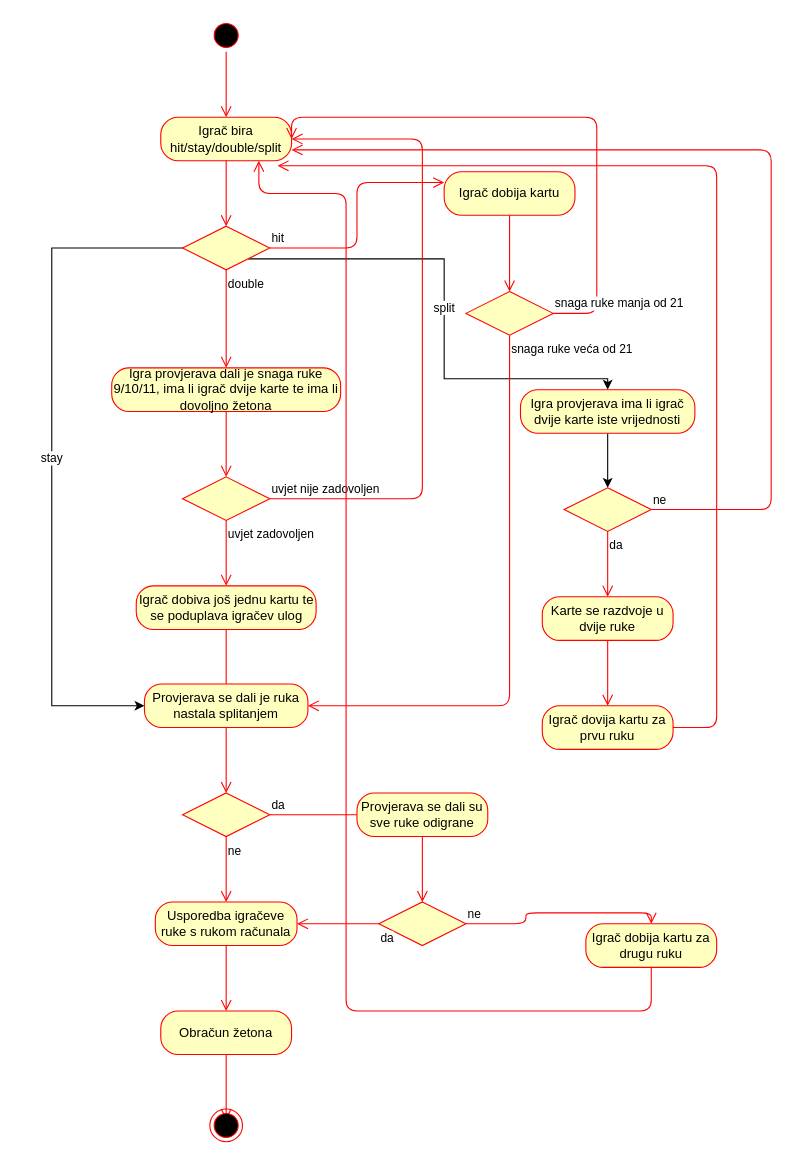
Earlier version of the draw.io diagram page "Dijagram podaktivnosti igranja ruke" (5 of 14) of Untitled Diagram.drawio (avrkic/21). Source tidied: cells renumbered, new cells numbered last; positions are measured from the earlier drawing's top-left corner, leaving out a move shared by most shapes. Both pictures are drawn from the tidied source at 109%, with x=0, y=0 at pixel (51, 19).
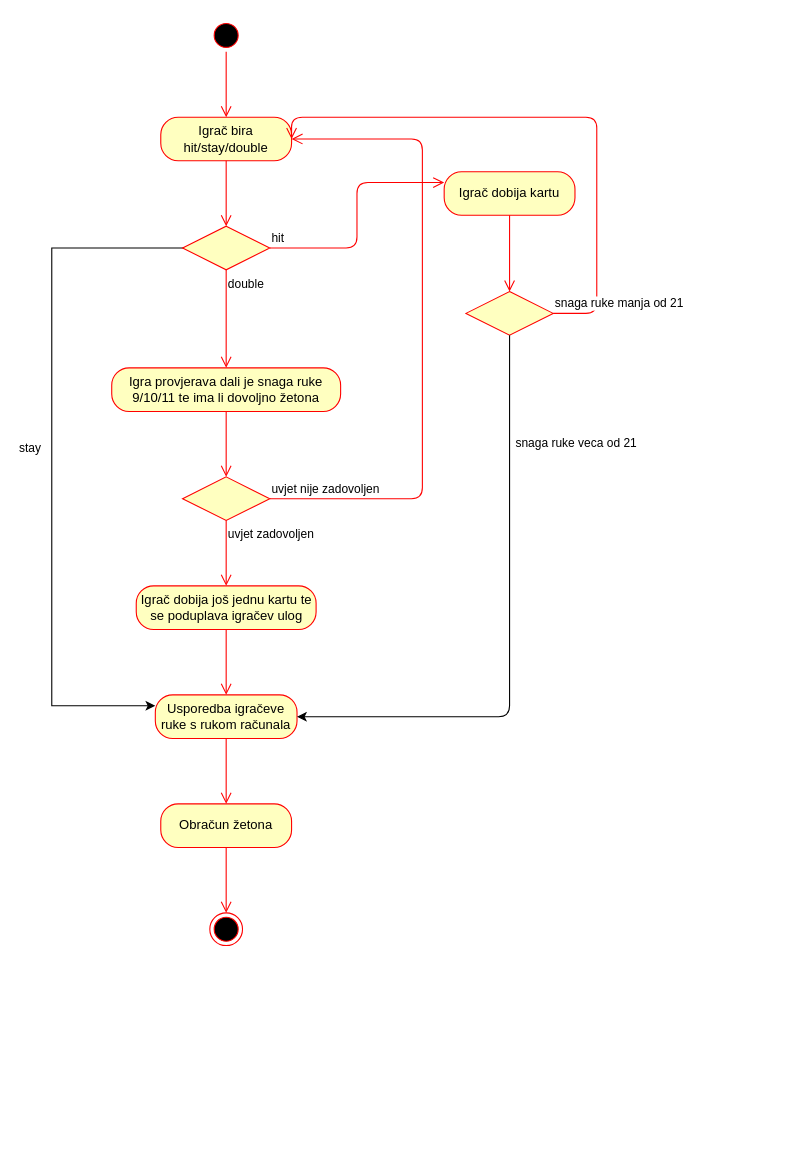
The same page after the edit.

Unchanged cells that the change refers to:
```xml
<mxCell id="8" style="rhombus;whiteSpace=wrap;html=1;fillColor=#ffffc0;strokeColor=#ff0000;" parent="1" vertex="1">
  <mxGeometry x="120" y="190" width="80" height="40" as="geometry" />
</mxCell>
<mxCell id="35" style="rhombus;whiteSpace=wrap;html=1;fillColor=#ffffc0;strokeColor=#ff0000;" parent="1" vertex="1">
  <mxGeometry x="380" y="250" width="80" height="40" as="geometry" />
</mxCell>
```

Diff of the diagram source:
```diff
@@
-    <mxCell id="4" value="Igrač bira hit/stay/double/split" style="rounded=1;whiteSpace=wrap;html=1;arcSize=40;fontColor=#000000;fillColor=#ffffc0;strokeColor=#ff0000;" parent="1" vertex="1">
+    <mxCell id="4" value="Igrač bira hit/stay/double" style="rounded=1;whiteSpace=wrap;html=1;arcSize=40;fontColor=#000000;fillColor=#ffffc0;strokeColor=#ff0000;" parent="1" vertex="1">
       <mxGeometry x="100" y="90" width="120" height="40" as="geometry" />
     </mxCell>
@@
-    <mxCell id="6" value="stay" style="edgeStyle=orthogonalEdgeStyle;rounded=0;jettySize=auto;html=1;exitX=0;exitY=0.5;exitDx=0;exitDy=0;entryX=0;entryY=0.5;entryDx=0;entryDy=0;" parent="1" edge="1" source="8" target="18">
-      <mxGeometry relative="1" as="geometry">
+    <mxCell id="6" value="stay" style="edgeStyle=orthogonalEdgeStyle;rounded=0;jettySize=auto;html=1;exitX=0.15;exitY=0.425;exitDx=0;exitDy=0;exitPerimeter=0;" parent="1" edge="1" source="8" target="23">
+      <mxGeometry x="-0.02" y="-20" relative="1" as="geometry">
         <Array as="points">
+          <mxPoint x="132" y="210" />
           <mxPoint y="210" />
           <mxPoint y="630" />
         </Array>
       </mxGeometry>
     </mxCell>
-    <mxCell id="7" value="split" style="edgeStyle=orthogonalEdgeStyle;rounded=0;jettySize=auto;html=1;exitX=1;exitY=1;exitDx=0;exitDy=0;entryX=0.5;entryY=0;entryDx=0;entryDy=0;" parent="1" edge="1" source="8" target="39">
-      <mxGeometry relative="1" as="geometry">
-        <Array as="points">
-          <mxPoint x="360" y="220" />
-          <mxPoint x="360" y="330" />
-          <mxPoint x="510" y="330" />
-        </Array>
-      </mxGeometry>
-    </mxCell>
@@
-    <mxCell id="11" value="Igra provjerava dali je snaga ruke 9/10/11, ima li igrač dvije karte te ima li dovoljno žetona" style="rounded=1;whiteSpace=wrap;html=1;arcSize=40;fontColor=#000000;fillColor=#ffffc0;strokeColor=#ff0000;" parent="1" vertex="1">
+    <mxCell id="11" value="Igra provjerava dali je snaga ruke 9/10/11 te ima li dovoljno žetona" style="rounded=1;whiteSpace=wrap;html=1;arcSize=40;fontColor=#000000;fillColor=#ffffc0;strokeColor=#ff0000;" parent="1" vertex="1">
       <mxGeometry x="55" y="320" width="210" height="40" as="geometry" />
     </mxCell>
@@
-    <mxCell id="16" value="Igrač dobiva još jednu kartu te se poduplava igračev ulog" style="rounded=1;whiteSpace=wrap;html=1;arcSize=40;fontColor=#000000;fillColor=#ffffc0;strokeColor=#ff0000;" parent="1" vertex="1">
+    <mxCell id="16" value="Igrač dobija još jednu kartu te se poduplava igračev ulog" style="rounded=1;whiteSpace=wrap;html=1;arcSize=40;fontColor=#000000;fillColor=#ffffc0;strokeColor=#ff0000;" parent="1" vertex="1">
       <mxGeometry x="77.5" y="520" width="165" height="40" as="geometry" />
     </mxCell>
@@
-    <mxCell id="18" value="Provjerava se dali je ruka nastala splitanjem" style="rounded=1;whiteSpace=wrap;html=1;arcSize=40;fontColor=#000000;fillColor=#ffffc0;strokeColor=#ff0000;" parent="1" vertex="1">
-      <mxGeometry x="85" y="610" width="150" height="40" as="geometry" />
-    </mxCell>
-    <mxCell id="19" style="edgeStyle=orthogonalEdgeStyle;html=1;verticalAlign=bottom;endArrow=open;endSize=8;strokeColor=#ff0000;" parent="1" edge="1" source="18">
-      <mxGeometry relative="1" as="geometry">
-        <mxPoint x="160" y="710" as="targetPoint" />
-      </mxGeometry>
-    </mxCell>
-    <mxCell id="20" style="rhombus;whiteSpace=wrap;html=1;fillColor=#ffffc0;strokeColor=#ff0000;" parent="1" vertex="1">
-      <mxGeometry x="120" y="710" width="80" height="40" as="geometry" />
-    </mxCell>
-    <mxCell id="21" value="da" style="edgeStyle=orthogonalEdgeStyle;html=1;align=left;verticalAlign=bottom;endArrow=open;endSize=8;strokeColor=#ff0000;" parent="1" edge="1" source="20">
-      <mxGeometry x="-1" relative="1" as="geometry">
-        <mxPoint x="300" y="730" as="targetPoint" />
-      </mxGeometry>
-    </mxCell>
-    <mxCell id="22" value="ne" style="edgeStyle=orthogonalEdgeStyle;html=1;align=left;verticalAlign=top;endArrow=open;endSize=8;strokeColor=#ff0000;" parent="1" edge="1" source="20">
-      <mxGeometry x="-1" relative="1" as="geometry">
-        <mxPoint x="160" y="810" as="targetPoint" />
-      </mxGeometry>
-    </mxCell>
     <mxCell id="23" value="Usporedba igračeve ruke s rukom računala" style="rounded=1;whiteSpace=wrap;html=1;arcSize=40;fontColor=#000000;fillColor=#ffffc0;strokeColor=#ff0000;" parent="1" vertex="1">
-      <mxGeometry x="95" y="810" width="130" height="40" as="geometry" />
+      <mxGeometry x="95" y="620" width="130" height="40" as="geometry" />
     </mxCell>
     <mxCell id="24" style="edgeStyle=orthogonalEdgeStyle;html=1;verticalAlign=bottom;endArrow=open;endSize=8;strokeColor=#ff0000;" parent="1" edge="1" source="23">
       <mxGeometry relative="1" as="geometry">
-        <mxPoint x="160" y="910" as="targetPoint" />
+        <mxPoint x="160" y="720" as="targetPoint" />
       </mxGeometry>
     </mxCell>
-    <mxCell id="25" value="Provjerava se dali su sve ruke odigrane" style="rounded=1;whiteSpace=wrap;html=1;arcSize=40;fontColor=#000000;fillColor=#ffffc0;strokeColor=#ff0000;" parent="1" vertex="1">
-      <mxGeometry x="280" y="710" width="120" height="40" as="geometry" />
-    </mxCell>
-    <mxCell id="26" style="edgeStyle=orthogonalEdgeStyle;html=1;verticalAlign=bottom;endArrow=open;endSize=8;strokeColor=#ff0000;" parent="1" edge="1" source="25">
-      <mxGeometry relative="1" as="geometry">
-        <mxPoint x="340" y="810" as="targetPoint" />
-      </mxGeometry>
-    </mxCell>
-    <mxCell id="27" style="rhombus;whiteSpace=wrap;html=1;fillColor=#ffffc0;strokeColor=#ff0000;" parent="1" vertex="1">
-      <mxGeometry x="300" y="810" width="80" height="40" as="geometry" />
-    </mxCell>
-    <mxCell id="28" value="ne" style="edgeStyle=orthogonalEdgeStyle;html=1;align=left;verticalAlign=bottom;endArrow=open;endSize=8;strokeColor=#ff0000;entryX=0.5;entryY=0;entryDx=0;entryDy=0;" parent="1" edge="1" source="27" target="47">
-      <mxGeometry x="-1" relative="1" as="geometry" />
-    </mxCell>
-    <mxCell id="29" value="da&lt;br&gt;" style="edgeStyle=orthogonalEdgeStyle;html=1;align=left;verticalAlign=top;endArrow=open;endSize=8;strokeColor=#ff0000;entryX=1;entryY=0.5;entryDx=0;entryDy=0;" parent="1" edge="1" source="27" target="23">
-      <mxGeometry x="-1" relative="1" as="geometry" />
-    </mxCell>
     <mxCell id="30" value="Obračun žetona" style="rounded=1;whiteSpace=wrap;html=1;arcSize=40;fontColor=#000000;fillColor=#ffffc0;strokeColor=#ff0000;" parent="1" vertex="1">
-      <mxGeometry x="100" y="910" width="120" height="40" as="geometry" />
+      <mxGeometry x="100" y="720" width="120" height="40" as="geometry" />
     </mxCell>
     <mxCell id="31" style="edgeStyle=orthogonalEdgeStyle;html=1;verticalAlign=bottom;endArrow=open;endSize=8;strokeColor=#ff0000;" parent="1" edge="1" source="30">
       <mxGeometry relative="1" as="geometry">
-        <mxPoint x="160" y="1010" as="targetPoint" />
+        <mxPoint x="160" y="820" as="targetPoint" />
       </mxGeometry>
     </mxCell>
     <mxCell id="32" style="ellipse;html=1;shape=endState;fillColor=#000000;strokeColor=#ff0000;" parent="1" vertex="1">
-      <mxGeometry x="145" y="1000" width="30" height="30" as="geometry" />
+      <mxGeometry x="145" y="820" width="30" height="30" as="geometry" />
     </mxCell>
@@
-    <mxCell id="37" value="snaga ruke veća od 21" style="edgeStyle=orthogonalEdgeStyle;html=1;align=left;verticalAlign=top;endArrow=open;endSize=8;strokeColor=#ff0000;entryX=1;entryY=0.5;entryDx=0;entryDy=0;" parent="1" edge="1" source="35" target="18">
-      <mxGeometry x="-1" relative="1" as="geometry">
-        <Array as="points">
-          <mxPoint x="420" y="630" />
-        </Array>
-      </mxGeometry>
-    </mxCell>
-    <mxCell id="38" style="edgeStyle=orthogonalEdgeStyle;rounded=0;jettySize=auto;html=1;exitX=0.5;exitY=1;exitDx=0;exitDy=0;entryX=0.5;entryY=0;entryDx=0;entryDy=0;" parent="1" edge="1" source="39" target="40">
-      <mxGeometry relative="1" as="geometry" />
-    </mxCell>
-    <mxCell id="39" value="Igra provjerava ima li igrač dvije karte iste vrijednosti" style="rounded=1;whiteSpace=wrap;html=1;arcSize=40;fontColor=#000000;fillColor=#ffffc0;strokeColor=#ff0000;" parent="1" vertex="1">
-      <mxGeometry x="430" y="340" width="160" height="40" as="geometry" />
-    </mxCell>
-    <mxCell id="40" style="rhombus;whiteSpace=wrap;html=1;fillColor=#ffffc0;strokeColor=#ff0000;" parent="1" vertex="1">
-      <mxGeometry x="470" y="430" width="80" height="40" as="geometry" />
-    </mxCell>
-    <mxCell id="41" value="ne" style="edgeStyle=orthogonalEdgeStyle;html=1;align=left;verticalAlign=bottom;endArrow=open;endSize=8;strokeColor=#ff0000;entryX=1;entryY=0.75;entryDx=0;entryDy=0;" parent="1" edge="1" source="40" target="4">
-      <mxGeometry x="-1" relative="1" as="geometry">
-        <Array as="points">
-          <mxPoint x="660" y="450" />
-          <mxPoint x="660" y="120" />
-        </Array>
-      </mxGeometry>
-    </mxCell>
-    <mxCell id="42" value="da" style="edgeStyle=orthogonalEdgeStyle;html=1;align=left;verticalAlign=top;endArrow=open;endSize=8;strokeColor=#ff0000;" parent="1" edge="1" source="40">
-      <mxGeometry x="-1" relative="1" as="geometry">
-        <mxPoint x="510" y="530" as="targetPoint" />
-      </mxGeometry>
-    </mxCell>
-    <mxCell id="43" value="Karte se razdvoje u dvije ruke" style="rounded=1;whiteSpace=wrap;html=1;arcSize=40;fontColor=#000000;fillColor=#ffffc0;strokeColor=#ff0000;" parent="1" vertex="1">
-      <mxGeometry x="450" y="530" width="120" height="40" as="geometry" />
-    </mxCell>
-    <mxCell id="44" style="edgeStyle=orthogonalEdgeStyle;html=1;verticalAlign=bottom;endArrow=open;endSize=8;strokeColor=#ff0000;" parent="1" edge="1" source="43">
-      <mxGeometry relative="1" as="geometry">
-        <mxPoint x="510" y="630" as="targetPoint" />
-      </mxGeometry>
-    </mxCell>
-    <mxCell id="45" value="Igrač dovija kartu za prvu ruku" style="rounded=1;whiteSpace=wrap;html=1;arcSize=40;fontColor=#000000;fillColor=#ffffc0;strokeColor=#ff0000;" parent="1" vertex="1">
-      <mxGeometry x="450" y="630" width="120" height="40" as="geometry" />
-    </mxCell>
-    <mxCell id="46" style="edgeStyle=orthogonalEdgeStyle;html=1;verticalAlign=bottom;endArrow=open;endSize=8;strokeColor=#ff0000;entryX=0.893;entryY=1.115;entryDx=0;entryDy=0;entryPerimeter=0;" parent="1" edge="1" source="45" target="4">
-      <mxGeometry relative="1" as="geometry">
-        <Array as="points">
-          <mxPoint x="610" y="650" />
-          <mxPoint x="610" y="135" />
-        </Array>
-      </mxGeometry>
-    </mxCell>
-    <mxCell id="47" value="Igrač dobija kartu za drugu ruku" style="rounded=1;whiteSpace=wrap;html=1;arcSize=40;fontColor=#000000;fillColor=#ffffc0;strokeColor=#ff0000;" parent="1" vertex="1">
-      <mxGeometry x="490" y="830" width="120" height="40" as="geometry" />
-    </mxCell>
-    <mxCell id="48" style="edgeStyle=orthogonalEdgeStyle;html=1;verticalAlign=bottom;endArrow=open;endSize=8;strokeColor=#ff0000;entryX=0.75;entryY=1;entryDx=0;entryDy=0;" parent="1" edge="1" source="47" target="4">
-      <mxGeometry relative="1" as="geometry">
-        <Array as="points">
-          <mxPoint x="550" y="910" />
-          <mxPoint x="270" y="910" />
-          <mxPoint x="270" y="160" />
-          <mxPoint x="190" y="160" />
-        </Array>
-      </mxGeometry>
-    </mxCell>
+    <mxCell id="49" style="endArrow=classic;html=1;exitX=0.5;exitY=1;exitDx=0;exitDy=0;entryX=1;entryY=0.5;entryDx=0;entryDy=0;" parent="1" edge="1" source="35" target="23">
+      <mxGeometry relative="1" as="geometry">
+        <Array as="points">
+          <mxPoint x="420" y="640" />
+        </Array>
+      </mxGeometry>
+    </mxCell>
+    <mxCell id="50" value="snaga ruke veca od 21" style="edgeLabel;html=1;align=center;verticalAlign=middle;" parent="49" vertex="1">
+      <mxGeometry x="-0.64" y="1" relative="1" as="geometry">
+        <mxPoint x="59" as="offset" />
+      </mxGeometry>
+    </mxCell>
```
